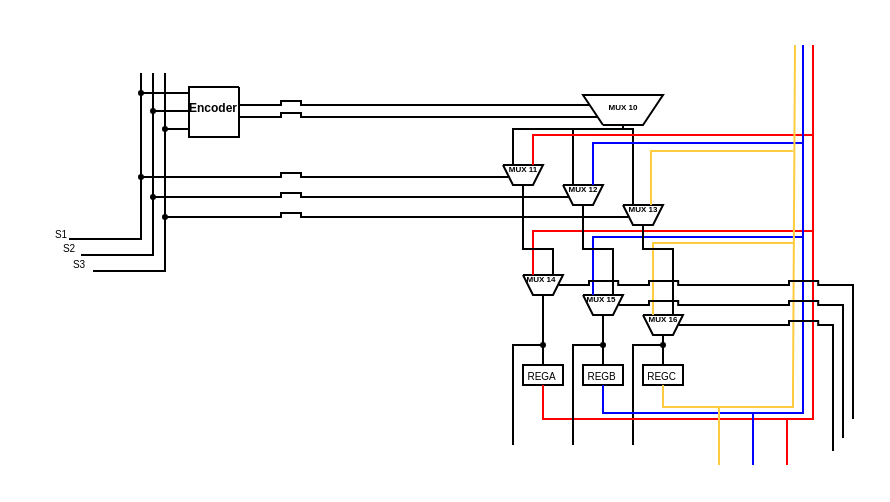
serpico3/ElaborstoSis keeps this draw.io diagram as page "C3" (6 of 9) of SIS.drawio. Above is the earlier version. Source tidied: cells renumbered, new cells numbered last; positions are measured from the earlier drawing's top-left corner, leaving out a move shared by most shapes. Both pictures are drawn from the tidied source at 200%, with x=0, y=0 at pixel (34, 44).
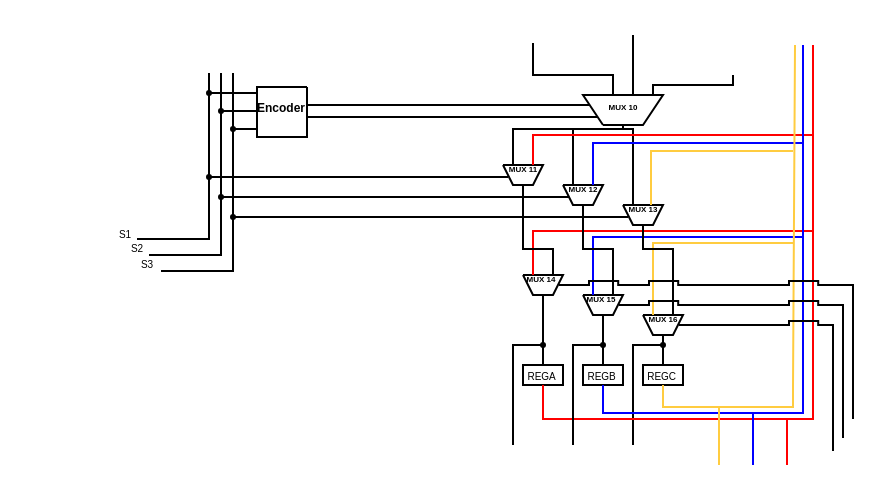
Above is the later version.

Diff of the diagram source:
```diff
@@
     <mxCell id="62" style="endArrow=none;html=1;rounded=0;strokeColor=#000000;strokeWidth=1;" parent="1" edge="1">
       <mxGeometry relative="1" as="geometry">
-        <mxPoint x="102" y="21" as="sourcePoint" />
-        <mxPoint x="102" y="21" as="targetPoint" />
+        <mxPoint x="136" y="21" as="sourcePoint" />
+        <mxPoint x="136" y="21" as="targetPoint" />
         <Array as="points">
-          <mxPoint x="102" y="46" />
-          <mxPoint x="77" y="46" />
-          <mxPoint x="77" y="21" />
+          <mxPoint x="136" y="46" />
+          <mxPoint x="111" y="46" />
+          <mxPoint x="111" y="21" />
         </Array>
       </mxGeometry>
     </mxCell>
     <mxCell id="63" style="endArrow=none;html=1;rounded=0;strokeColor=#000000;strokeWidth=1;" parent="1" edge="1">
       <mxGeometry relative="1" as="geometry">
-        <mxPoint x="102" y="36" as="sourcePoint" />
-        <mxPoint x="120" y="36" as="targetPoint" />
+        <mxPoint x="136" y="36" as="sourcePoint" />
+        <mxPoint x="154" y="36" as="targetPoint" />
         <Array as="points">
-          <mxPoint x="109" y="36" />
+          <mxPoint x="143" y="36" />
         </Array>
       </mxGeometry>
     </mxCell>
     <mxCell id="64" style="endArrow=none;html=1;rounded=0;strokeColor=#000000;strokeWidth=1;" parent="1" edge="1">
       <mxGeometry relative="1" as="geometry">
-        <mxPoint x="102" y="30" as="sourcePoint" />
-        <mxPoint x="120" y="30" as="targetPoint" />
+        <mxPoint x="136" y="30" as="sourcePoint" />
+        <mxPoint x="154" y="30" as="targetPoint" />
         <Array as="points">
-          <mxPoint x="109" y="30" />
+          <mxPoint x="143" y="30" />
         </Array>
       </mxGeometry>
     </mxCell>
     <mxCell id="65" style="endArrow=none;html=1;rounded=0;strokeColor=#000000;strokeWidth=1;" parent="1" edge="1">
       <mxGeometry relative="1" as="geometry">
-        <mxPoint x="120" y="66" as="sourcePoint" />
-        <mxPoint x="77" y="24" as="targetPoint" />
+        <mxPoint x="154" y="66" as="sourcePoint" />
+        <mxPoint x="111" y="24" as="targetPoint" />
         <Array as="points">
-          <mxPoint x="53" y="66" />
-          <mxPoint x="53" y="24" />
+          <mxPoint x="87" y="66" />
+          <mxPoint x="87" y="24" />
         </Array>
       </mxGeometry>
     </mxCell>
     <mxCell id="66" style="endArrow=none;html=1;rounded=0;strokeColor=#000000;strokeWidth=1;" parent="1" edge="1">
       <mxGeometry relative="1" as="geometry">
-        <mxPoint x="106" y="76" as="sourcePoint" />
-        <mxPoint x="77" y="33" as="targetPoint" />
+        <mxPoint x="140" y="76" as="sourcePoint" />
+        <mxPoint x="111" y="33" as="targetPoint" />
         <Array as="points">
-          <mxPoint x="59" y="76" />
-          <mxPoint x="59" y="33" />
+          <mxPoint x="93" y="76" />
+          <mxPoint x="93" y="33" />
         </Array>
       </mxGeometry>
     </mxCell>
     <mxCell id="67" style="endArrow=none;html=1;rounded=0;strokeColor=#000000;strokeWidth=1;" parent="1" edge="1">
       <mxGeometry relative="1" as="geometry">
-        <mxPoint x="100" y="86" as="sourcePoint" />
-        <mxPoint x="77" y="42" as="targetPoint" />
+        <mxPoint x="134" y="86" as="sourcePoint" />
+        <mxPoint x="111" y="42" as="targetPoint" />
         <Array as="points">
-          <mxPoint x="65" y="86" />
-          <mxPoint x="65" y="42" />
+          <mxPoint x="99" y="86" />
+          <mxPoint x="99" y="42" />
         </Array>
       </mxGeometry>
     </mxCell>
     <mxCell id="68" style="ellipse;whiteSpace=wrap;html=1;fillColor=#000000;" parent="1" vertex="1">
-      <mxGeometry x="64" y="85" width="2" height="2" as="geometry" />
+      <mxGeometry x="98" y="85" width="2" height="2" as="geometry" />
     </mxCell>
     <mxCell id="69" style="ellipse;whiteSpace=wrap;html=1;fillColor=#000000;" parent="1" vertex="1">
-      <mxGeometry x="58" y="75" width="2" height="2" as="geometry" />
+      <mxGeometry x="92" y="75" width="2" height="2" as="geometry" />
     </mxCell>
     <mxCell id="70" style="ellipse;whiteSpace=wrap;html=1;fillColor=#000000;" parent="1" vertex="1">
-      <mxGeometry x="52" y="65" width="2" height="2" as="geometry" />
+      <mxGeometry x="86" y="65" width="2" height="2" as="geometry" />
     </mxCell>
     <mxCell id="71" style="ellipse;whiteSpace=wrap;html=1;fillColor=#000000;" parent="1" vertex="1">
-      <mxGeometry x="52" y="23" width="2" height="2" as="geometry" />
+      <mxGeometry x="86" y="23" width="2" height="2" as="geometry" />
     </mxCell>
     <mxCell id="72" style="ellipse;whiteSpace=wrap;html=1;fillColor=#000000;" parent="1" vertex="1">
-      <mxGeometry x="58" y="32" width="2" height="2" as="geometry" />
+      <mxGeometry x="92" y="32" width="2" height="2" as="geometry" />
     </mxCell>
     <mxCell id="73" style="ellipse;whiteSpace=wrap;html=1;fillColor=#000000;" parent="1" vertex="1">
-      <mxGeometry x="64" y="41" width="2" height="2" as="geometry" />
+      <mxGeometry x="98" y="41" width="2" height="2" as="geometry" />
     </mxCell>
     <mxCell id="74" value="&lt;font style=&quot;font-size: 6px;&quot;&gt;Encoder&lt;/font&gt;" style="text;html=1;align=center;verticalAlign=middle;strokeColor=none;fillColor=none;fontSize=4;fontStyle=1;" parent="1" vertex="1">
-      <mxGeometry x="67" y="22" width="44" height="20" as="geometry" />
+      <mxGeometry x="101" y="22" width="44" height="20" as="geometry" />
     </mxCell>
-    <mxCell id="75" style="endArrow=none;html=1;rounded=0;strokeColor=#000000;strokeWidth=1;" parent="1" edge="1">
-      <mxGeometry relative="1" as="geometry">
-        <mxPoint x="148" y="30" as="sourcePoint" />
-        <mxPoint x="116" y="30" as="targetPoint" />
-        <Array as="points">
-          <mxPoint x="138" y="30" />
-          <mxPoint x="133" y="30" />
-          <mxPoint x="133" y="28" />
-          <mxPoint x="123" y="28" />
-          <mxPoint x="123" y="30" />
-        </Array>
-      </mxGeometry>
-    </mxCell>
-    <mxCell id="76" style="endArrow=none;html=1;rounded=0;strokeColor=#000000;strokeWidth=1;" parent="1" edge="1">
-      <mxGeometry relative="1" as="geometry">
-        <mxPoint x="146" y="36" as="sourcePoint" />
-        <mxPoint x="118" y="36" as="targetPoint" />
-        <Array as="points">
-          <mxPoint x="138" y="36" />
-          <mxPoint x="133" y="36" />
-          <mxPoint x="133" y="34" />
-          <mxPoint x="123" y="34" />
-          <mxPoint x="123" y="36" />
-        </Array>
-      </mxGeometry>
-    </mxCell>
@@
-    <mxCell id="83" style="endArrow=none;html=1;rounded=0;strokeColor=#000000;strokeWidth=1;" parent="1" edge="1">
-      <mxGeometry relative="1" as="geometry">
-        <mxPoint x="146" y="76" as="sourcePoint" />
-        <mxPoint x="106" y="76" as="targetPoint" />
-        <Array as="points">
-          <mxPoint x="138" y="76" />
-          <mxPoint x="133" y="76" />
-          <mxPoint x="133" y="74" />
-          <mxPoint x="123" y="74" />
-          <mxPoint x="123" y="76" />
-        </Array>
-      </mxGeometry>
-    </mxCell>
-    <mxCell id="84" style="endArrow=none;html=1;rounded=0;strokeColor=#000000;strokeWidth=1;" parent="1" edge="1">
-      <mxGeometry relative="1" as="geometry">
-        <mxPoint x="146" y="66" as="sourcePoint" />
-        <mxPoint x="106" y="66" as="targetPoint" />
-        <Array as="points">
-          <mxPoint x="138" y="66" />
-          <mxPoint x="133" y="66" />
-          <mxPoint x="133" y="64" />
-          <mxPoint x="123" y="64" />
-          <mxPoint x="123" y="66" />
-        </Array>
-      </mxGeometry>
-    </mxCell>
-    <mxCell id="85" style="endArrow=none;html=1;rounded=0;strokeColor=#000000;strokeWidth=1;" parent="1" edge="1">
-      <mxGeometry relative="1" as="geometry">
-        <mxPoint x="146" y="86" as="sourcePoint" />
-        <mxPoint x="96" y="86" as="targetPoint" />
-        <Array as="points">
-          <mxPoint x="138" y="86" />
-          <mxPoint x="133" y="86" />
-          <mxPoint x="133" y="84" />
-          <mxPoint x="123" y="84" />
-          <mxPoint x="123" y="86" />
-        </Array>
-      </mxGeometry>
-    </mxCell>
@@
     <mxCell id="96" value="S1" style="text;html=1;align=center;verticalAlign=middle;strokeColor=none;fillColor=none;fontSize=5;" parent="1" vertex="1">
-      <mxGeometry y="84" width="26" height="20" as="geometry" />
+      <mxGeometry x="32" y="84" width="26" height="20" as="geometry" />
     </mxCell>
     <mxCell id="97" value="S2" style="text;html=1;align=center;verticalAlign=middle;strokeColor=none;fillColor=none;fontSize=5;" parent="1" vertex="1">
-      <mxGeometry x="4" y="91" width="26" height="20" as="geometry" />
+      <mxGeometry x="38" y="91" width="26" height="20" as="geometry" />
     </mxCell>
     <mxCell id="98" value="S3" style="text;html=1;align=center;verticalAlign=middle;strokeColor=none;fillColor=none;fontSize=5;" parent="1" vertex="1">
-      <mxGeometry x="9" y="99" width="26" height="20" as="geometry" />
+      <mxGeometry x="43" y="99" width="26" height="20" as="geometry" />
     </mxCell>
     <mxCell id="99" style="endArrow=none;html=1;rounded=0;strokeColor=#000000;strokeWidth=1;" parent="1" edge="1">
       <mxGeometry relative="1" as="geometry">
-        <mxPoint x="17" y="97" as="sourcePoint" />
-        <mxPoint x="53" y="14" as="targetPoint" />
+        <mxPoint x="51" y="97" as="sourcePoint" />
+        <mxPoint x="87" y="14" as="targetPoint" />
         <Array as="points">
-          <mxPoint x="53" y="97" />
+          <mxPoint x="87" y="97" />
         </Array>
       </mxGeometry>
     </mxCell>
     <mxCell id="100" style="endArrow=none;html=1;rounded=0;strokeColor=#000000;strokeWidth=1;" parent="1" edge="1">
       <mxGeometry relative="1" as="geometry">
-        <mxPoint x="23" y="105" as="sourcePoint" />
-        <mxPoint x="59" y="14" as="targetPoint" />
+        <mxPoint x="57" y="105" as="sourcePoint" />
+        <mxPoint x="93" y="14" as="targetPoint" />
         <Array as="points">
-          <mxPoint x="59" y="105" />
+          <mxPoint x="93" y="105" />
         </Array>
       </mxGeometry>
     </mxCell>
     <mxCell id="101" style="endArrow=none;html=1;rounded=0;strokeColor=#000000;strokeWidth=1;" parent="1" edge="1">
       <mxGeometry relative="1" as="geometry">
-        <mxPoint x="29" y="113" as="sourcePoint" />
-        <mxPoint x="65" y="14" as="targetPoint" />
+        <mxPoint x="63" y="113" as="sourcePoint" />
+        <mxPoint x="99" y="14" as="targetPoint" />
         <Array as="points">
-          <mxPoint x="65" y="113" />
+          <mxPoint x="99" y="113" />
         </Array>
       </mxGeometry>
     </mxCell>
@@
+    <mxCell id="104" style="endArrow=none;html=1;rounded=0;strokeColor=#000000;strokeWidth=1;" parent="1" edge="1">
+      <mxGeometry relative="1" as="geometry">
+        <mxPoint x="309" y="25" as="sourcePoint" />
+        <mxPoint x="349" y="15" as="targetPoint" />
+        <Array as="points">
+          <mxPoint x="309" y="20" />
+          <mxPoint x="339" y="20" />
+          <mxPoint x="349" y="20" />
+        </Array>
+      </mxGeometry>
+    </mxCell>
+    <mxCell id="105" style="endArrow=none;html=1;rounded=0;strokeColor=#000000;strokeWidth=1;" parent="1" edge="1">
+      <mxGeometry relative="1" as="geometry">
+        <mxPoint x="299" y="25" as="sourcePoint" />
+        <mxPoint x="299" y="-5" as="targetPoint" />
+      </mxGeometry>
+    </mxCell>
+    <mxCell id="106" style="endArrow=none;html=1;rounded=0;strokeColor=#000000;strokeWidth=1;" parent="1" edge="1">
+      <mxGeometry relative="1" as="geometry">
+        <mxPoint x="249" y="-1" as="sourcePoint" />
+        <mxPoint x="289" y="25" as="targetPoint" />
+        <Array as="points">
+          <mxPoint x="249" y="15" />
+          <mxPoint x="289" y="15" />
+        </Array>
+      </mxGeometry>
+    </mxCell>
```
